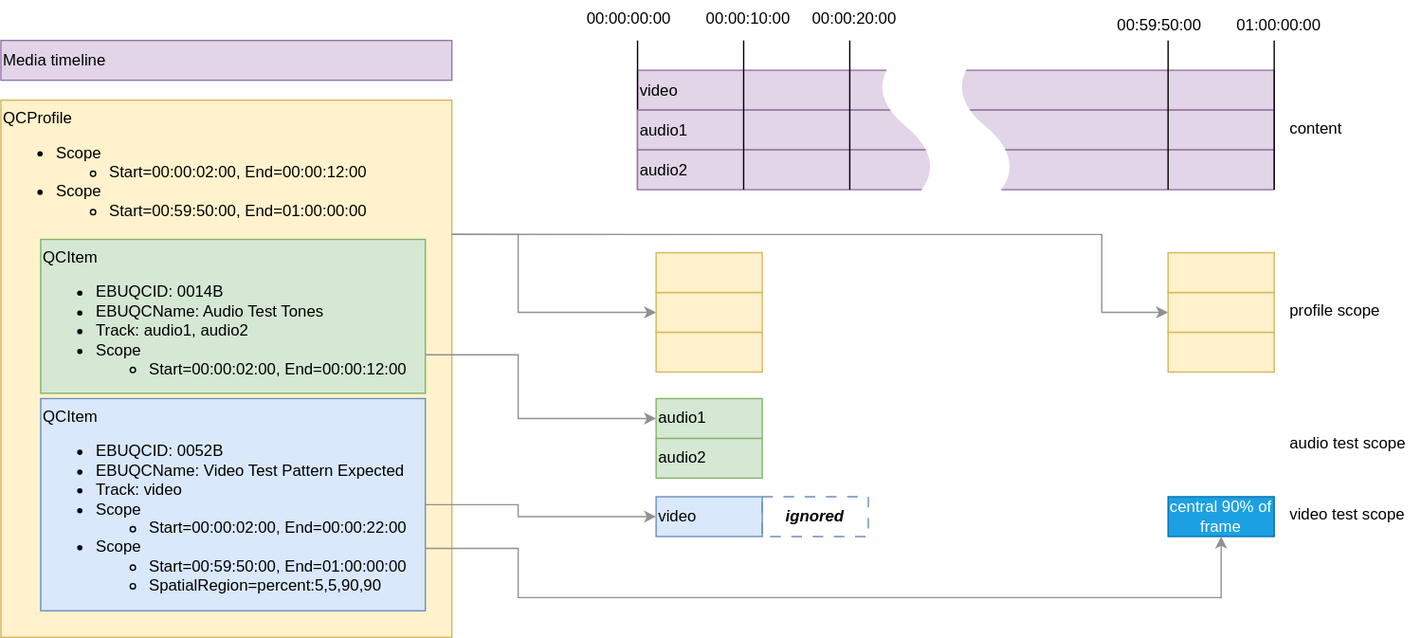
Before: qc-data-model/qc-data-model.analysis_extent.example.drawio.svg, a diagram exported from draw.io (ebu/qc). Source tidied: cells renumbered, new cells last; positions are measured from the earlier drawing's top-left corner, leaving out a move shared by most shapes.
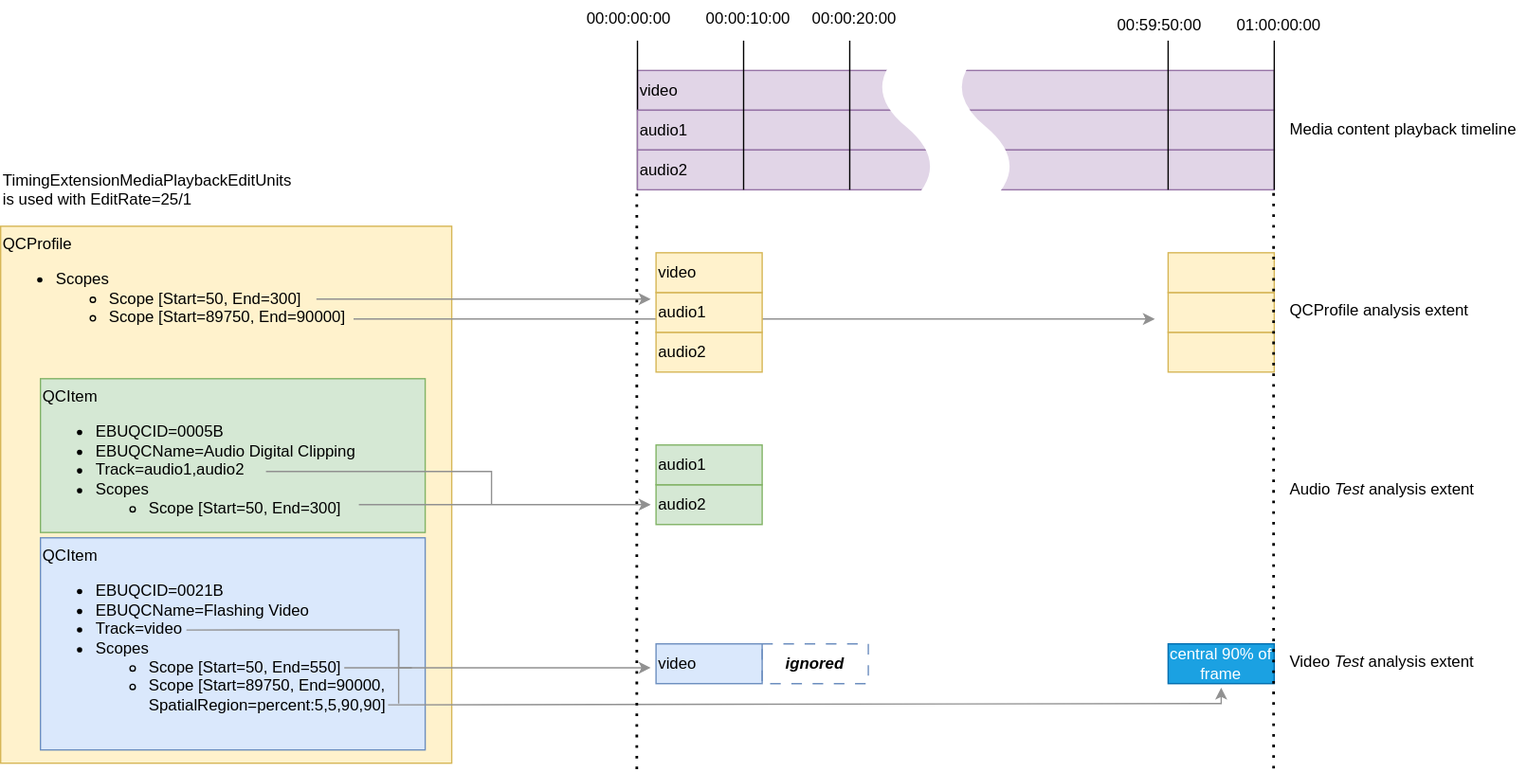
Above is the later version.

The edit, as a diff of the source:
```diff
@@ -2,14 +2,14 @@
   <root>
     <mxCell id="0" />
     <mxCell id="1" parent="0" />
-    <mxCell id="2" value="&lt;div align=&quot;left&quot;&gt;QCProfile&lt;/div&gt;&lt;div&gt;&lt;ul&gt;&lt;li&gt;Scope&lt;/li&gt;&lt;ul&gt;&lt;li&gt;Start=00:00:02:00, End=00:00:12:00&lt;/li&gt;&lt;/ul&gt;&lt;li&gt;Scope&lt;/li&gt;&lt;ul&gt;&lt;li&gt;Start=00:59:50:00, End=01:00:00:00&lt;/li&gt;&lt;/ul&gt;&lt;/ul&gt;&lt;/div&gt;" style="rounded=0;whiteSpace=wrap;html=1;align=left;verticalAlign=top;fillColor=#fff2cc;strokeColor=#d6b656;" parent="1" vertex="1">
-      <mxGeometry y="75" width="340" height="405" as="geometry" />
+    <mxCell id="2" value="&lt;div align=&quot;left&quot;&gt;QCProfile&lt;/div&gt;&lt;div&gt;&lt;ul&gt;&lt;li&gt;Scopes&lt;/li&gt;&lt;ul&gt;&lt;li&gt;Scope [Start=50, End=300]&lt;/li&gt;&lt;/ul&gt;&lt;ul&gt;&lt;li&gt;Scope [Start=89750, End=90000]&lt;/li&gt;&lt;/ul&gt;&lt;/ul&gt;&lt;/div&gt;" style="rounded=0;whiteSpace=wrap;html=1;align=left;verticalAlign=top;fillColor=#fff2cc;strokeColor=#d6b656;" parent="1" vertex="1">
+      <mxGeometry y="170" width="340" height="405" as="geometry" />
     </mxCell>
-    <mxCell id="3" value="&lt;div align=&quot;left&quot;&gt;QCItem&lt;/div&gt;&lt;div align=&quot;left&quot;&gt;&lt;ul&gt;&lt;li&gt;EBUQCID: 0052B&lt;/li&gt;&lt;li&gt;EBUQCName: Video Test Pattern Expected&lt;/li&gt;&lt;li&gt;Track: video&lt;/li&gt;&lt;li&gt;Scope&lt;/li&gt;&lt;ul&gt;&lt;li&gt;Start=00:00:02:00, End=00:00:22:00&lt;/li&gt;&lt;/ul&gt;&lt;li&gt;Scope&lt;/li&gt;&lt;ul&gt;&lt;li&gt;Start=00:59:50:00, End=01:00:00:00&lt;/li&gt;&lt;li&gt;SpatialRegion=percent:5,5,90,90&lt;/li&gt;&lt;/ul&gt;&lt;/ul&gt;&lt;/div&gt;" style="rounded=0;whiteSpace=wrap;html=1;align=left;verticalAlign=top;fillColor=#dae8fc;strokeColor=#6c8ebf;" parent="1" vertex="1">
-      <mxGeometry x="30" y="300" width="290" height="160" as="geometry" />
+    <mxCell id="3" value="&lt;div align=&quot;left&quot;&gt;QCItem&lt;/div&gt;&lt;div align=&quot;left&quot;&gt;&lt;ul&gt;&lt;li&gt;EBUQCID=0021B&lt;/li&gt;&lt;li&gt;EBUQCName=Flashing Video&lt;/li&gt;&lt;li&gt;Track=video&lt;/li&gt;&lt;li&gt;Scopes&lt;/li&gt;&lt;ul&gt;&lt;li&gt;Scope [Start=50, End=550]&lt;/li&gt;&lt;/ul&gt;&lt;ul&gt;&lt;li&gt;Scope [Start=89750, End=90000, SpatialRegion=percent:5,5,90,90]&lt;/li&gt;&lt;/ul&gt;&lt;/ul&gt;&lt;/div&gt;" style="rounded=0;whiteSpace=wrap;html=1;align=left;verticalAlign=top;fillColor=#dae8fc;strokeColor=#6c8ebf;" parent="1" vertex="1">
+      <mxGeometry x="30" y="405" width="290" height="160" as="geometry" />
     </mxCell>
-    <mxCell id="4" value="&lt;div align=&quot;left&quot;&gt;QCItem&lt;/div&gt;&lt;div align=&quot;left&quot;&gt;&lt;ul&gt;&lt;li&gt;EBUQCID: 0014B&lt;/li&gt;&lt;li&gt;EBUQCName: Audio Test Tones&lt;/li&gt;&lt;li&gt;Track: audio1, audio2&lt;/li&gt;&lt;li&gt;Scope&lt;/li&gt;&lt;ul&gt;&lt;li&gt;Start=00:00:02:00, End=00:00:12:00&lt;/li&gt;&lt;/ul&gt;&lt;/ul&gt;&lt;/div&gt;" style="rounded=0;whiteSpace=wrap;html=1;align=left;verticalAlign=top;fillColor=#d5e8d4;strokeColor=#82b366;" parent="1" vertex="1">
-      <mxGeometry x="30" y="180" width="290" height="116" as="geometry" />
+    <mxCell id="4" value="&lt;div align=&quot;left&quot;&gt;QCItem&lt;/div&gt;&lt;div align=&quot;left&quot;&gt;&lt;ul&gt;&lt;li&gt;EBUQCID=0005B&lt;/li&gt;&lt;li&gt;EBUQCName=Audio Digital Clipping&lt;/li&gt;&lt;li&gt;Track=audio1,audio2&lt;/li&gt;&lt;li&gt;Scopes&lt;/li&gt;&lt;ul&gt;&lt;li&gt;Scope [Start=50, End=300]&lt;/li&gt;&lt;/ul&gt;&lt;/ul&gt;&lt;/div&gt;" style="rounded=0;whiteSpace=wrap;html=1;align=left;verticalAlign=top;fillColor=#d5e8d4;strokeColor=#82b366;" parent="1" vertex="1">
+      <mxGeometry x="30" y="285" width="290" height="116" as="geometry" />
     </mxCell>
     <mxCell id="5" value="&lt;div align=&quot;left&quot;&gt;video&lt;/div&gt;" style="rounded=0;whiteSpace=wrap;html=1;fillColor=#e1d5e7;strokeColor=#9673a6;align=left;" parent="1" vertex="1">
       <mxGeometry x="480" y="52.5" width="480" height="30" as="geometry" />
@@ -35,85 +35,86 @@
     <mxCell id="11" value="00:59:50:00" style="text;whiteSpace=wrap;html=1;" parent="1" vertex="1">
       <mxGeometry x="840" y="5" width="100" height="40" as="geometry" />
     </mxCell>
-    <mxCell id="12" value="content" style="text;whiteSpace=wrap;html=1;" parent="1" vertex="1">
-      <mxGeometry x="970" y="82.5" width="100" height="40" as="geometry" />
+    <mxCell id="12" value="Media content playback timeline" style="text;whiteSpace=wrap;html=1;" parent="1" vertex="1">
+      <mxGeometry x="970" y="82.5" width="180" height="40" as="geometry" />
     </mxCell>
-    <mxCell id="13" style="rounded=0;whiteSpace=wrap;html=1;strokeColor=#d6b656;fillColor=#fff2cc;" parent="1" vertex="1">
+    <mxCell id="13" value="audio2" style="rounded=0;whiteSpace=wrap;html=1;strokeColor=#d6b656;fillColor=#fff2cc;align=left;" parent="1" vertex="1">
       <mxGeometry x="494" y="250" width="80" height="30" as="geometry" />
     </mxCell>
-    <mxCell id="14" value="profile scope" style="text;whiteSpace=wrap;html=1;" parent="1" vertex="1">
-      <mxGeometry x="970" y="220" width="100" height="40" as="geometry" />
+    <mxCell id="14" value="QCProfile analysis extent" style="text;whiteSpace=wrap;html=1;" parent="1" vertex="1">
+      <mxGeometry x="970" y="220" width="140" height="40" as="geometry" />
     </mxCell>
     <mxCell id="15" value="&lt;div align=&quot;left&quot;&gt;audio2&lt;/div&gt;" style="rounded=0;whiteSpace=wrap;html=1;strokeColor=#82b366;fillColor=#d5e8d4;align=left;" parent="1" vertex="1">
-      <mxGeometry x="494" y="330" width="80" height="30" as="geometry" />
+      <mxGeometry x="494" y="365" width="80" height="30" as="geometry" />
     </mxCell>
-    <mxCell id="16" style="edgeStyle=orthogonalEdgeStyle;rounded=0;jettySize=auto;html=1;exitX=0;exitY=0.5;exitDx=0;exitDy=0;startArrow=classic;startFill=1;endArrow=none;endFill=0;strokeColor=#919191;entryX=1;entryY=0.25;entryDx=0;entryDy=0;" parent="1" edge="1" source="31" target="2">
+    <mxCell id="16" style="edgeStyle=orthogonalEdgeStyle;rounded=0;orthogonalLoop=1;jettySize=auto;html=1;startArrow=classic;startFill=1;endArrow=none;endFill=0;strokeColor=#919191;" parent="1" edge="1">
       <mxGeometry relative="1" as="geometry">
+        <mxPoint x="870" y="240" as="sourcePoint" />
+        <mxPoint x="266" y="240" as="targetPoint" />
         <Array as="points">
-          <mxPoint x="830" y="235" />
-          <mxPoint x="830" y="176" />
+          <mxPoint x="820" y="240" />
         </Array>
       </mxGeometry>
     </mxCell>
-    <mxCell id="17" style="edgeStyle=orthogonalEdgeStyle;rounded=0;jettySize=auto;html=1;exitX=0;exitY=0.5;exitDx=0;exitDy=0;startArrow=classic;startFill=1;endArrow=none;endFill=0;strokeColor=#919191;entryX=1;entryY=0.25;entryDx=0;entryDy=0;" parent="1" edge="1" source="28" target="2">
+    <mxCell id="17" style="edgeStyle=orthogonalEdgeStyle;rounded=0;orthogonalLoop=1;jettySize=auto;html=1;startArrow=classic;startFill=1;endArrow=none;endFill=0;strokeColor=#919191;" parent="1" edge="1">
       <mxGeometry relative="1" as="geometry">
+        <mxPoint x="490" y="225" as="sourcePoint" />
+        <mxPoint x="238" y="225" as="targetPoint" />
         <Array as="points">
-          <mxPoint x="390" y="235" />
-          <mxPoint x="390" y="176" />
+          <mxPoint x="460" y="225" />
+          <mxPoint x="460" y="225" />
         </Array>
       </mxGeometry>
     </mxCell>
-    <mxCell id="18" value="audio test scope" style="text;whiteSpace=wrap;html=1;" parent="1" vertex="1">
-      <mxGeometry x="970" y="320" width="100" height="40" as="geometry" />
+    <mxCell id="18" value="Audio &lt;i&gt;Test&lt;/i&gt; analysis extent" style="text;whiteSpace=wrap;html=1;" parent="1" vertex="1">
+      <mxGeometry x="970" y="355" width="160" height="40" as="geometry" />
     </mxCell>
-    <mxCell id="19" value="video test scope" style="text;whiteSpace=wrap;html=1;" parent="1" vertex="1">
-      <mxGeometry x="970" y="374" width="100" height="40" as="geometry" />
+    <mxCell id="19" value="Video &lt;i&gt;Test&lt;/i&gt;&amp;nbsp;analysis extent" style="text;whiteSpace=wrap;html=1;" parent="1" vertex="1">
+      <mxGeometry x="970" y="485" width="150" height="40" as="geometry" />
     </mxCell>
     <mxCell id="20" value="video" style="rounded=0;whiteSpace=wrap;html=1;strokeColor=#6c8ebf;fillColor=#dae8fc;align=left;" parent="1" vertex="1">
-      <mxGeometry x="494" y="374" width="80" height="30" as="geometry" />
+      <mxGeometry x="494" y="485" width="80" height="30" as="geometry" />
     </mxCell>
     <mxCell id="21" value="ignored" style="rounded=0;whiteSpace=wrap;html=1;strokeColor=#6c8ebf;fillColor=none;dashed=1;dashPattern=8 8;fontStyle=3;" parent="1" vertex="1">
-      <mxGeometry x="574" y="374" width="80" height="30" as="geometry" />
+      <mxGeometry x="574" y="485" width="80" height="30" as="geometry" />
     </mxCell>
     <mxCell id="22" value="central 90% of frame" style="rounded=0;whiteSpace=wrap;html=1;strokeColor=#006EAF;fillColor=#1ba1e2;fontColor=#ffffff;" parent="1" vertex="1">
-      <mxGeometry x="880" y="374" width="80" height="30" as="geometry" />
+      <mxGeometry x="880" y="485" width="80" height="30" as="geometry" />
     </mxCell>
-    <mxCell id="23" style="edgeStyle=orthogonalEdgeStyle;rounded=0;jettySize=auto;html=1;exitX=0;exitY=0.5;exitDx=0;exitDy=0;startArrow=classic;startFill=1;endArrow=none;endFill=0;strokeColor=#919191;entryX=1;entryY=0.75;entryDx=0;entryDy=0;" parent="1" edge="1" source="27" target="4">
+    <mxCell id="23" style="edgeStyle=orthogonalEdgeStyle;rounded=0;orthogonalLoop=1;jettySize=auto;html=1;startArrow=classic;startFill=1;endArrow=none;endFill=0;strokeColor=#919191;" parent="1" edge="1">
       <mxGeometry relative="1" as="geometry">
+        <mxPoint x="490" y="380" as="sourcePoint" />
+        <mxPoint x="270" y="380" as="targetPoint" />
         <Array as="points">
-          <mxPoint x="390" y="315" />
-          <mxPoint x="390" y="267" />
+          <mxPoint x="399.9" y="380" />
         </Array>
       </mxGeometry>
     </mxCell>
-    <mxCell id="24" style="edgeStyle=orthogonalEdgeStyle;rounded=0;jettySize=auto;html=1;exitX=0.5;exitY=1;exitDx=0;exitDy=0;startArrow=classic;startFill=1;endArrow=none;endFill=0;strokeColor=#919191;" parent="1" edge="1" source="22">
+    <mxCell id="24" style="edgeStyle=orthogonalEdgeStyle;rounded=0;orthogonalLoop=1;jettySize=auto;html=1;startArrow=classic;startFill=1;endArrow=none;endFill=0;strokeColor=#919191;" parent="1" edge="1">
       <mxGeometry relative="1" as="geometry">
-        <mxPoint x="320" y="413" as="targetPoint" />
+        <mxPoint x="920" y="518" as="sourcePoint" />
+        <mxPoint x="292" y="531" as="targetPoint" />
         <Array as="points">
-          <mxPoint x="920" y="450" />
-          <mxPoint x="390" y="450" />
-          <mxPoint x="390" y="413" />
+          <mxPoint x="920" y="530" />
         </Array>
       </mxGeometry>
     </mxCell>
-    <mxCell id="25" style="edgeStyle=orthogonalEdgeStyle;rounded=0;jettySize=auto;html=1;exitX=0;exitY=0.5;exitDx=0;exitDy=0;startArrow=classic;startFill=1;endArrow=none;endFill=0;strokeColor=#919191;entryX=1;entryY=0.5;entryDx=0;entryDy=0;" parent="1" edge="1" source="20" target="3">
+    <mxCell id="25" style="edgeStyle=orthogonalEdgeStyle;rounded=0;orthogonalLoop=1;jettySize=auto;html=1;startArrow=classic;startFill=1;endArrow=none;endFill=0;strokeColor=#919191;" parent="1" edge="1">
       <mxGeometry relative="1" as="geometry">
+        <mxPoint x="490" y="503" as="sourcePoint" />
+        <mxPoint x="259" y="503" as="targetPoint" />
         <Array as="points">
-          <mxPoint x="390" y="389" />
-          <mxPoint x="390" y="380" />
+          <mxPoint x="452.9" y="503" />
         </Array>
       </mxGeometry>
     </mxCell>
-    <mxCell id="26" value="&lt;div align=&quot;left&quot;&gt;Media timeline&lt;/div&gt;" style="rounded=0;whiteSpace=wrap;html=1;fillColor=#e1d5e7;strokeColor=#9673a6;align=left;" parent="1" vertex="1">
-      <mxGeometry y="30" width="340" height="30" as="geometry" />
-    </mxCell>
     <mxCell id="27" value="&lt;div align=&quot;left&quot;&gt;audio1&lt;/div&gt;" style="rounded=0;whiteSpace=wrap;html=1;strokeColor=#82b366;fillColor=#d5e8d4;align=left;" parent="1" vertex="1">
-      <mxGeometry x="494" y="300" width="80" height="30" as="geometry" />
+      <mxGeometry x="494" y="335" width="80" height="30" as="geometry" />
     </mxCell>
-    <mxCell id="28" style="rounded=0;whiteSpace=wrap;html=1;strokeColor=#d6b656;fillColor=#fff2cc;" parent="1" vertex="1">
+    <mxCell id="28" value="audio1" style="rounded=0;whiteSpace=wrap;html=1;strokeColor=#d6b656;fillColor=#fff2cc;align=left;" parent="1" vertex="1">
       <mxGeometry x="494" y="220" width="80" height="30" as="geometry" />
     </mxCell>
-    <mxCell id="29" style="rounded=0;whiteSpace=wrap;html=1;strokeColor=#d6b656;fillColor=#fff2cc;" parent="1" vertex="1">
+    <mxCell id="29" value="video" style="rounded=0;whiteSpace=wrap;html=1;strokeColor=#d6b656;fillColor=#fff2cc;align=left;" parent="1" vertex="1">
       <mxGeometry x="494" y="190" width="80" height="30" as="geometry" />
     </mxCell>
     <mxCell id="30" style="rounded=0;whiteSpace=wrap;html=1;strokeColor=#d6b656;fillColor=#fff2cc;" parent="1" vertex="1">
@@ -158,5 +159,48 @@
         <mxPoint x="960" y="30" as="targetPoint" />
       </mxGeometry>
     </mxCell>
+    <mxCell id="40" value="&lt;p class=&quot;AnnexH1&quot; style=&quot;mso-list:l0 level1 lfo1&quot;&gt;&lt;a name=&quot;_Ref230958504&quot;&gt;TimingExtensionMediaPlaybackEditUnits is used with EditRate=25/1&lt;/a&gt;&lt;/p&gt;" style="text;whiteSpace=wrap;html=1;" parent="1" vertex="1">
+      <mxGeometry y="110" width="230" height="60" as="geometry" />
+    </mxCell>
+    <mxCell id="41" style="edgeStyle=orthogonalEdgeStyle;rounded=0;orthogonalLoop=1;jettySize=auto;html=1;startArrow=none;startFill=0;endArrow=none;endFill=0;strokeColor=#919191;entryX=0.966;entryY=0.733;entryDx=0;entryDy=0;entryPerimeter=0;" parent="1" edge="1">
+      <mxGeometry relative="1" as="geometry">
+        <mxPoint x="370" y="380" as="sourcePoint" />
+        <mxPoint x="200" y="355" as="targetPoint" />
+        <Array as="points">
+          <mxPoint x="369.9" y="355" />
+        </Array>
+      </mxGeometry>
+    </mxCell>
+    <mxCell id="42" style="edgeStyle=orthogonalEdgeStyle;rounded=0;orthogonalLoop=1;jettySize=auto;html=1;startArrow=none;startFill=0;endArrow=none;endFill=0;strokeColor=#919191;entryX=0.966;entryY=0.733;entryDx=0;entryDy=0;entryPerimeter=0;" parent="1" edge="1">
+      <mxGeometry relative="1" as="geometry">
+        <mxPoint x="310" y="503" as="sourcePoint" />
+        <mxPoint x="140" y="474.5" as="targetPoint" />
+        <Array as="points">
+          <mxPoint x="300" y="503" />
+          <mxPoint x="300" y="475" />
+        </Array>
+      </mxGeometry>
+    </mxCell>
+    <mxCell id="43" style="edgeStyle=orthogonalEdgeStyle;rounded=0;orthogonalLoop=1;jettySize=auto;html=1;startArrow=none;startFill=0;endArrow=none;endFill=0;strokeColor=#919191;" parent="1" edge="1">
+      <mxGeometry relative="1" as="geometry">
+        <mxPoint x="300" y="530" as="sourcePoint" />
+        <mxPoint x="300" y="474" as="targetPoint" />
+        <Array as="points">
+          <mxPoint x="300" y="500" />
+          <mxPoint x="300" y="500" />
+        </Array>
+      </mxGeometry>
+    </mxCell>
+    <mxCell id="44" style="endArrow=none;dashed=1;html=1;dashPattern=1 3;strokeWidth=2;rounded=0;entryX=0;entryY=1;entryDx=0;entryDy=0;" parent="1" edge="1" target="34">
+      <mxGeometry relative="1" as="geometry">
+        <mxPoint x="480" y="580" as="sourcePoint" />
+      </mxGeometry>
+    </mxCell>
+    <mxCell id="45" style="endArrow=none;dashed=1;html=1;dashPattern=1 3;strokeWidth=2;rounded=0;entryX=0;entryY=1;entryDx=0;entryDy=0;" parent="1" edge="1">
+      <mxGeometry relative="1" as="geometry">
+        <mxPoint x="960" y="579.5" as="sourcePoint" />
+        <mxPoint x="960" y="142.5" as="targetPoint" />
+      </mxGeometry>
+    </mxCell>
   </root>
 </mxGraphModel>
```
